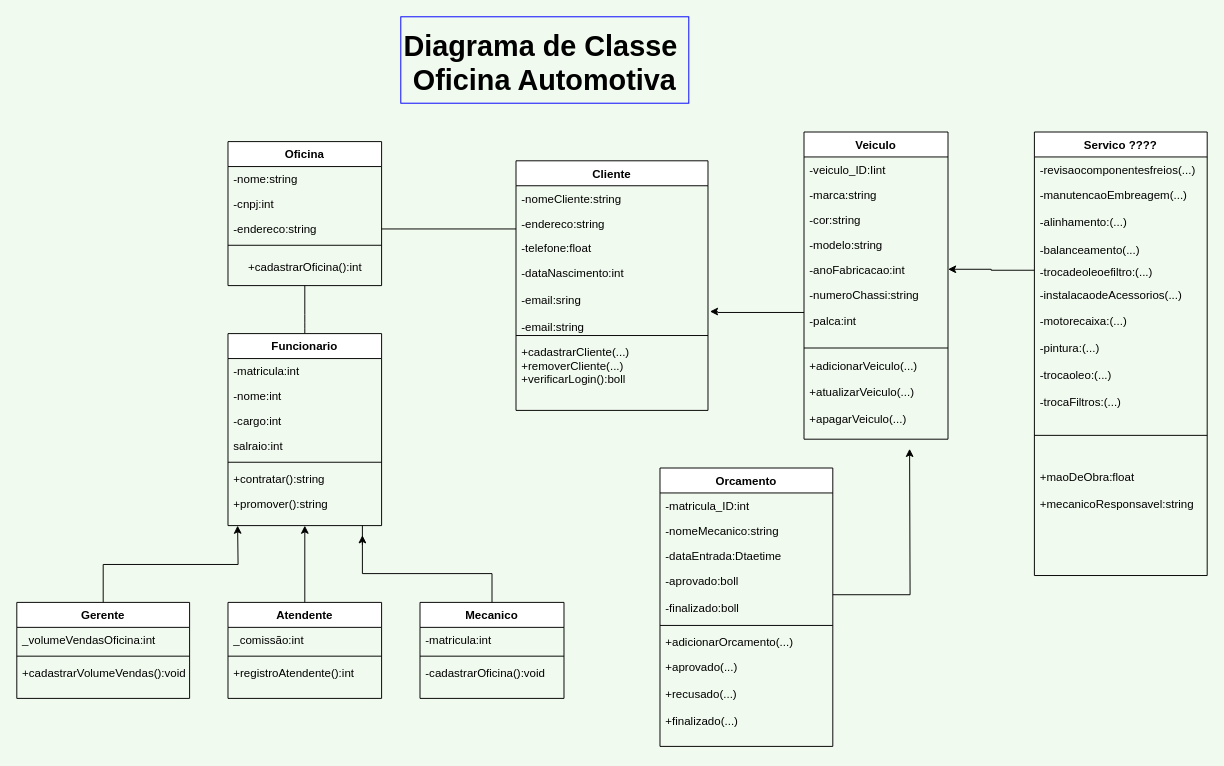
The draw.io diagram diagrama CRM Automotivo.drawio in Jcblustosa/crm-auto, before the edit. Source tidied: cells renumbered, new cells numbered last; positions are measured from the earlier drawing's top-left corner, leaving out a move shared by most shapes. Both pictures are drawn from the tidied source at 96%, with x=0, y=0 at pixel (16, 16).
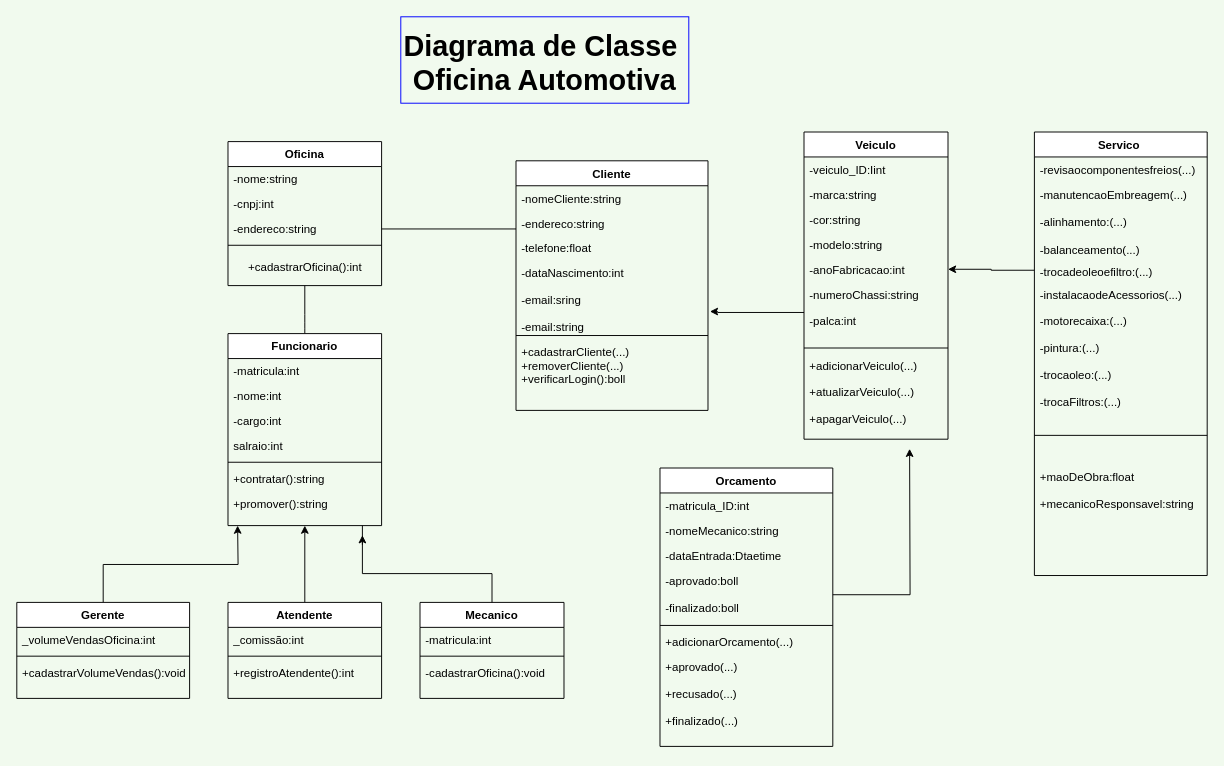
The same diagram, later.

The edit, as a diff of the source:
```diff
@@
-    <mxCell id="58" value="Servico ????" style="swimlane;fontStyle=1;align=center;verticalAlign=top;horizontal=1;startSize=26;rounded=0;shadow=0;strokeWidth=1;" parent="1" vertex="1">
+    <mxCell id="58" value="Servico " style="swimlane;fontStyle=1;align=center;verticalAlign=top;horizontal=1;startSize=26;rounded=0;shadow=0;strokeWidth=1;" parent="1" vertex="1">
       <mxGeometry x="1060" y="120" width="180" height="462" as="geometry" />
     </mxCell>
```
